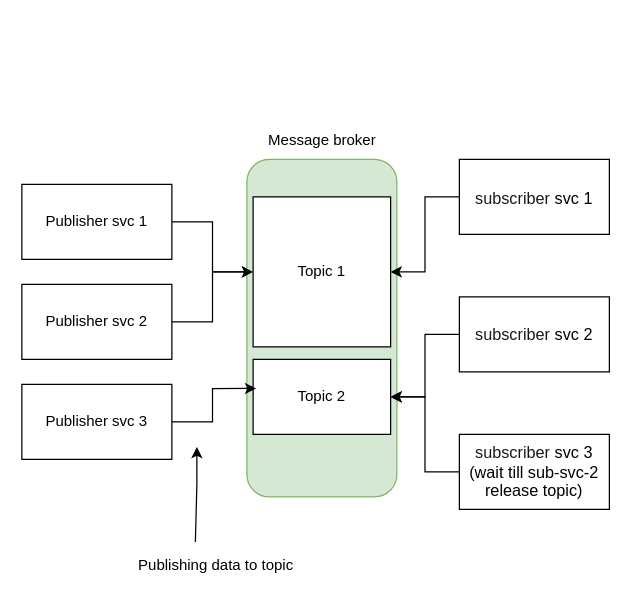
Above: pub-sub.drawio in siddheshJungade/api.goconsistent.tech (draw.io), before the change. Source tidied: cells renumbered, new cells numbered last; positions are measured from the earlier drawing's top-left corner, leaving out a move shared by most shapes. Both pictures are drawn from the tidied source at 125%, with x=0, y=0 at pixel (21, 121).
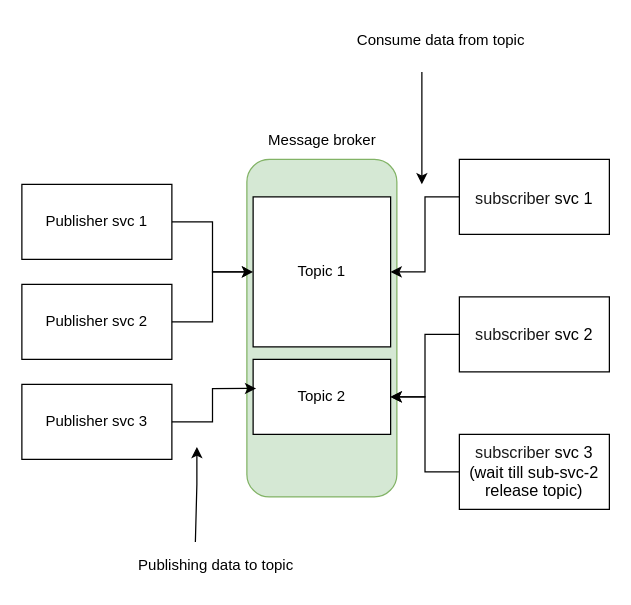
After the change.

Change to the diagram source:
```diff
@@
+    <mxCell id="20" value="Consume data from topic" style="text;html=1;align=center;verticalAlign=middle;strokeColor=none;fillColor=none;" parent="1" vertex="1">
+      <mxGeometry x="255" y="-80" width="160" height="30" as="geometry" />
+    </mxCell>
+    <mxCell id="21" style="endArrow=classic;html=1;rounded=0;" parent="1" edge="1">
+      <mxGeometry relative="1" as="geometry">
+        <mxPoint x="320" y="-40" as="sourcePoint" />
+        <mxPoint x="320" y="50" as="targetPoint" />
+      </mxGeometry>
+    </mxCell>
```
